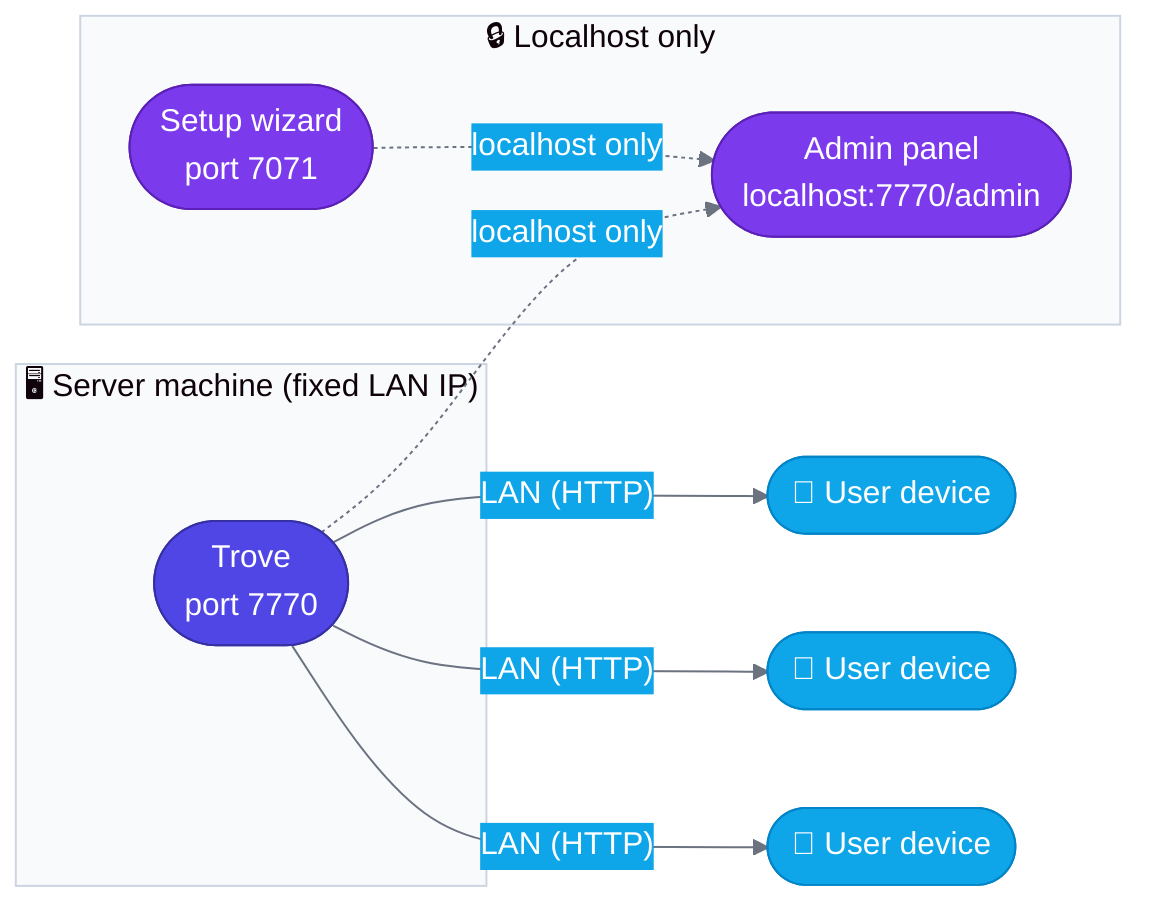
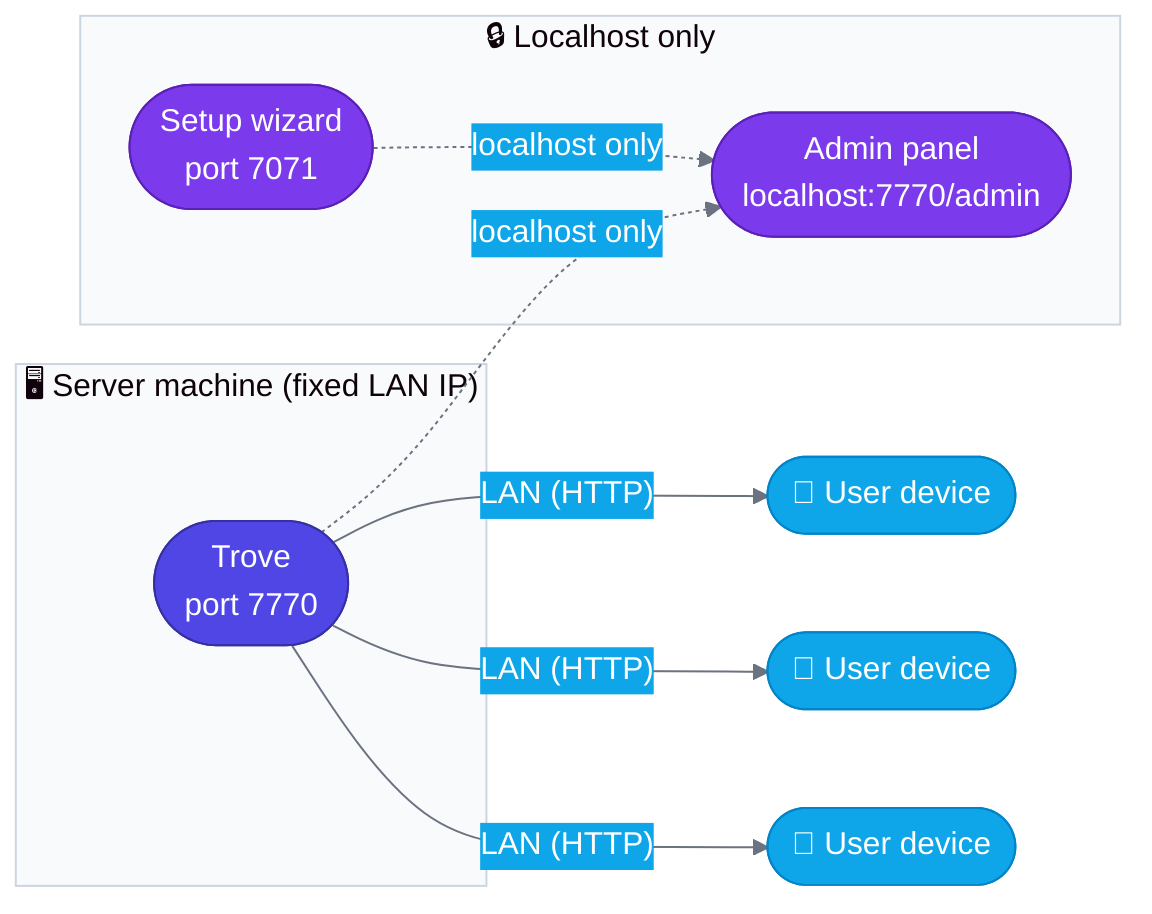
%%{init: {"theme": "base", "themeVariables": {
  "primaryColor": "#4f46e5",
  "primaryTextColor": "#ffffff",
  "primaryBorderColor": "#3730a3",
  "lineColor": "#6b7280",
  "secondaryColor": "#0ea5e9",
  "tertiaryColor": "#f0fdf4",
  "nodeBorder": "#d1d5db",
  "clusterBkg": "#f8fafc",
  "clusterBorder": "#cbd5e1"
}}}%%
graph LR
    subgraph server["🖥️  Server machine  (fixed LAN IP)"]
-         trove(["Trove\nport 7770"])
+         trove(["Trove<br/>port 7770"])
        style trove fill:#4f46e5,color:#fff,stroke:#3730a3
    end

    subgraph admin_only["🔒  Localhost only"]
-         setup(["Setup wizard\nport 7071"])
-         admin_ui(["Admin panel\nlocalhost:7770/admin"])
+         setup(["Setup wizard<br/>port 7071"])
+         admin_ui(["Admin panel<br/>localhost:7770/admin"])
        style setup fill:#7c3aed,color:#fff,stroke:#5b21b6
        style admin_ui fill:#7c3aed,color:#fff,stroke:#5b21b6
    end

    d1(["👤 User device"])
    d2(["👤 User device"])
    d3(["👤 User device"])
    style d1 fill:#0ea5e9,color:#fff,stroke:#0284c7
    style d2 fill:#0ea5e9,color:#fff,stroke:#0284c7
    style d3 fill:#0ea5e9,color:#fff,stroke:#0284c7

    trove -- "LAN (HTTP)" --> d1
    trove -- "LAN (HTTP)" --> d2
    trove -- "LAN (HTTP)" --> d3
    trove -. "localhost only" .-> admin_ui
    setup -. "localhost only" .-> admin_ui
